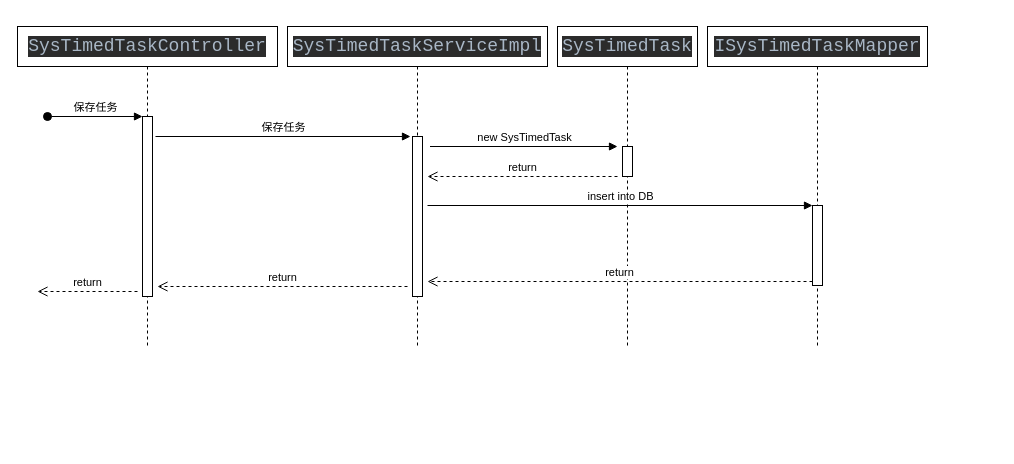
Earlier version of the draw.io diagram quartz.drawio (xiaolixi/xiaolixi.github.io). Source tidied: cells renumbered, new cells numbered last; positions are measured from the earlier drawing's top-left corner, leaving out a move shared by most shapes. Both pictures are drawn from the tidied source at 100%, with x=0, y=0 at pixel (17, 26).
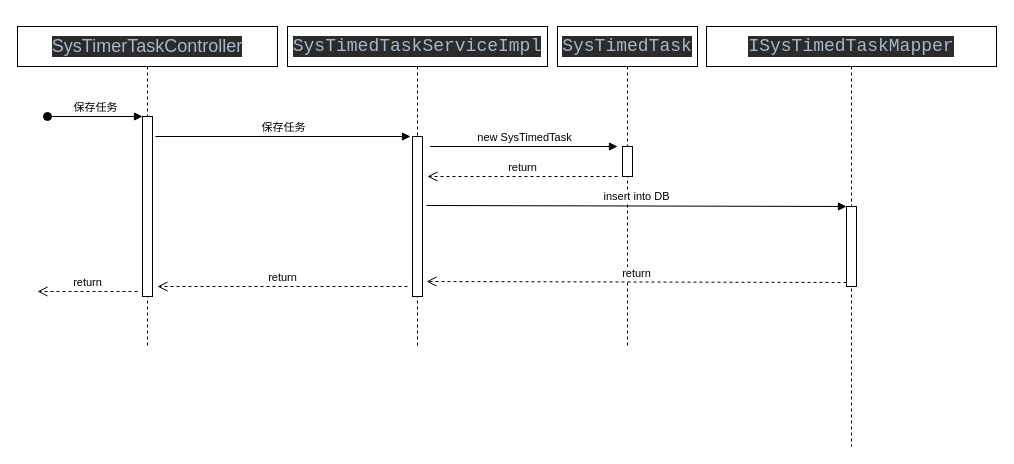
After the change.

What changed in the source:
```diff
@@
-    <mxCell id="2" value="&lt;pre style=&quot;background-color: #2b2b2b ; color: #a9b7c6 ; font-family: &amp;#34;courier new&amp;#34; ; font-size: 13.5pt&quot;&gt;SysTimedTaskController&lt;/pre&gt;" style="shape=umlLifeline;perimeter=lifelinePerimeter;whiteSpace=wrap;html=1;" parent="1" vertex="1">
+    <mxCell id="2" value="&lt;pre style=&quot;background-color: rgb(43 , 43 , 43) ; color: rgb(169 , 183 , 198) ; font-family: &amp;#34;courier new&amp;#34;&quot;&gt;&lt;pre style=&quot;font-family: &amp;#34;courier new&amp;#34;&quot;&gt;&lt;p style=&quot;margin: 0in ; font-family: &amp;#34;calibri&amp;#34;&quot;&gt;&lt;span style=&quot;font-size: 18px&quot;&gt;SysTimerTaskController&lt;/span&gt;&lt;/p&gt;&lt;/pre&gt;&lt;/pre&gt;" style="shape=umlLifeline;perimeter=lifelinePerimeter;whiteSpace=wrap;html=1;" parent="1" vertex="1">
       <mxGeometry width="260" height="320" as="geometry" />
     </mxCell>
@@
-    <mxCell id="6" value="&lt;pre style=&quot;background-color: #2b2b2b ; color: #a9b7c6 ; font-family: &amp;#34;courier new&amp;#34; ; font-size: 13.5pt&quot;&gt;&lt;pre style=&quot;font-family: &amp;#34;courier new&amp;#34; ; font-size: 13.5pt&quot;&gt;SysTimedTaskServiceImpl&lt;/pre&gt;&lt;/pre&gt;" style="shape=umlLifeline;perimeter=lifelinePerimeter;whiteSpace=wrap;html=1;" parent="1" vertex="1">
+    <mxCell id="6" value="&lt;pre style=&quot;background-color: rgb(43 , 43 , 43)&quot;&gt;&lt;pre&gt;&lt;font color=&quot;#a9b7c6&quot; face=&quot;courier new&quot;&gt;&lt;span style=&quot;font-size: 18px&quot;&gt;SysTimedTaskServiceImpl&lt;/span&gt;&lt;span style=&quot;font-size: 13.5pt&quot;&gt;&lt;br&gt;&lt;/span&gt;&lt;/font&gt;&lt;/pre&gt;&lt;/pre&gt;" style="shape=umlLifeline;perimeter=lifelinePerimeter;whiteSpace=wrap;html=1;" parent="1" vertex="1">
       <mxGeometry x="270" width="260" height="320" as="geometry" />
     </mxCell>
@@
-    <mxCell id="11" value="&lt;pre style=&quot;background-color: #2b2b2b ; color: #a9b7c6 ; font-family: &amp;#34;courier new&amp;#34; ; font-size: 13.5pt&quot;&gt;SysTimedTask&lt;/pre&gt;" style="shape=umlLifeline;perimeter=lifelinePerimeter;whiteSpace=wrap;html=1;" parent="1" vertex="1">
+    <mxCell id="11" value="&lt;pre style=&quot;background-color: rgb(43 , 43 , 43)&quot;&gt;&lt;font color=&quot;#a9b7c6&quot; face=&quot;courier new&quot;&gt;&lt;span style=&quot;font-size: 18px&quot;&gt;SysTimedTask&lt;/span&gt;&lt;span style=&quot;font-size: 13.5pt&quot;&gt;&lt;br&gt;&lt;/span&gt;&lt;/font&gt;&lt;/pre&gt;" style="shape=umlLifeline;perimeter=lifelinePerimeter;whiteSpace=wrap;html=1;" parent="1" vertex="1">
       <mxGeometry x="540" width="140" height="320" as="geometry" />
     </mxCell>
@@
-    <mxCell id="14" value="&lt;pre style=&quot;background-color: #2b2b2b ; color: #a9b7c6 ; font-family: &amp;#34;courier new&amp;#34; ; font-size: 13.5pt&quot;&gt;ISysTimedTaskMapper&lt;/pre&gt;" style="shape=umlLifeline;perimeter=lifelinePerimeter;whiteSpace=wrap;html=1;" parent="1" vertex="1">
-      <mxGeometry x="690" width="220" height="320" as="geometry" />
+    <mxCell id="14" value="&lt;pre style=&quot;background-color: rgb(43 , 43 , 43)&quot;&gt;&lt;pre&gt;&lt;font color=&quot;#a9b7c6&quot; face=&quot;courier new&quot;&gt;&lt;span style=&quot;font-size: 18px&quot;&gt;ISysTimedTaskMapper&lt;/span&gt;&lt;/font&gt;&lt;/pre&gt;&lt;/pre&gt;" style="shape=umlLifeline;perimeter=lifelinePerimeter;whiteSpace=wrap;html=1;" parent="1" vertex="1">
+      <mxGeometry x="689" width="290" height="420" as="geometry" />
     </mxCell>
     <mxCell id="15" style="html=1;points=[];perimeter=orthogonalPerimeter;" parent="14" vertex="1">
-      <mxGeometry x="105" y="179" width="10" height="80" as="geometry" />
+      <mxGeometry x="140" y="180" width="10" height="80" as="geometry" />
     </mxCell>
```
